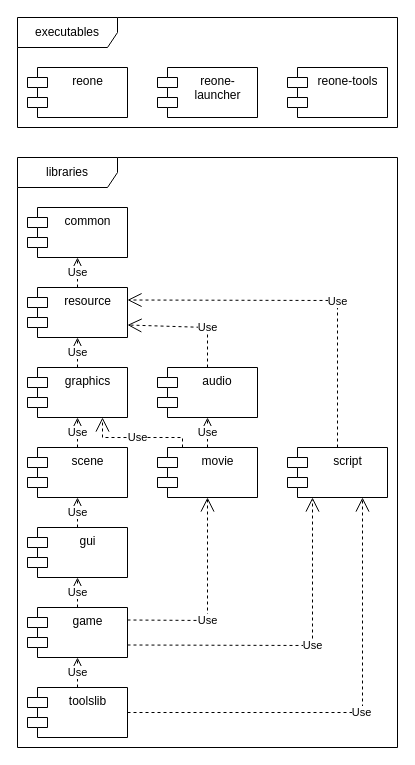
Above: doc/diagram/modules.drawio in seedhartha/reone (draw.io), before the change. Source tidied: cells renumbered, new cells numbered last; positions are measured from the earlier drawing's top-left corner, leaving out a move shared by most shapes. Both pictures are drawn from the tidied source at 100%, with x=0, y=0 at pixel (17, 17).
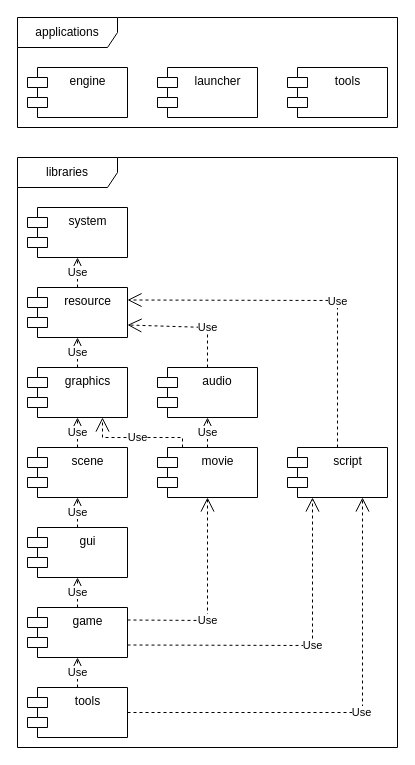
After the change.

What changed in the source:
```diff
@@
-    <mxCell id="2" value="executables" style="shape=umlFrame;whiteSpace=wrap;html=1;width=100;height=30;flipH=0;" parent="1" vertex="1">
+    <mxCell id="2" value="applications" style="shape=umlFrame;whiteSpace=wrap;html=1;width=100;height=30;flipH=0;" parent="1" vertex="1">
       <mxGeometry width="380" height="110" as="geometry" />
     </mxCell>
@@
-    <mxCell id="4" value="toolslib" style="shape=module;align=left;spacingLeft=20;align=center;verticalAlign=top;html=1;" parent="1" vertex="1">
+    <mxCell id="4" value="tools" style="shape=module;align=left;spacingLeft=20;align=center;verticalAlign=top;html=1;" parent="1" vertex="1">
       <mxGeometry x="10" y="670" width="100" height="50" as="geometry" />
     </mxCell>
@@
-    <mxCell id="12" value="reone-&lt;br&gt;launcher" style="shape=module;align=left;spacingLeft=20;align=center;verticalAlign=top;html=1;" parent="1" vertex="1">
+    <mxCell id="12" value="launcher" style="shape=module;align=left;spacingLeft=20;align=center;verticalAlign=top;html=1;" parent="1" vertex="1">
       <mxGeometry x="140" y="50" width="100" height="50" as="geometry" />
     </mxCell>
@@
-    <mxCell id="14" value="reone" style="shape=module;align=left;spacingLeft=20;align=center;verticalAlign=top;html=1;" parent="1" vertex="1">
+    <mxCell id="14" value="engine" style="shape=module;align=left;spacingLeft=20;align=center;verticalAlign=top;html=1;" parent="1" vertex="1">
       <mxGeometry x="10" y="50" width="100" height="50" as="geometry" />
     </mxCell>
-    <mxCell id="15" value="reone-tools" style="shape=module;align=left;spacingLeft=20;align=center;verticalAlign=top;html=1;" parent="1" vertex="1">
+    <mxCell id="15" value="tools" style="shape=module;align=left;spacingLeft=20;align=center;verticalAlign=top;html=1;" parent="1" vertex="1">
       <mxGeometry x="270" y="50" width="100" height="50" as="geometry" />
     </mxCell>
-    <mxCell id="16" value="common" style="shape=module;align=center;spacingLeft=20;align=center;verticalAlign=top;html=1;labelPosition=center;verticalLabelPosition=middle;" parent="1" vertex="1">
+    <mxCell id="16" value="system" style="shape=module;align=center;spacingLeft=20;align=center;verticalAlign=top;html=1;labelPosition=center;verticalLabelPosition=middle;" parent="1" vertex="1">
       <mxGeometry x="10" y="190" width="100" height="50" as="geometry" />
     </mxCell>
```
